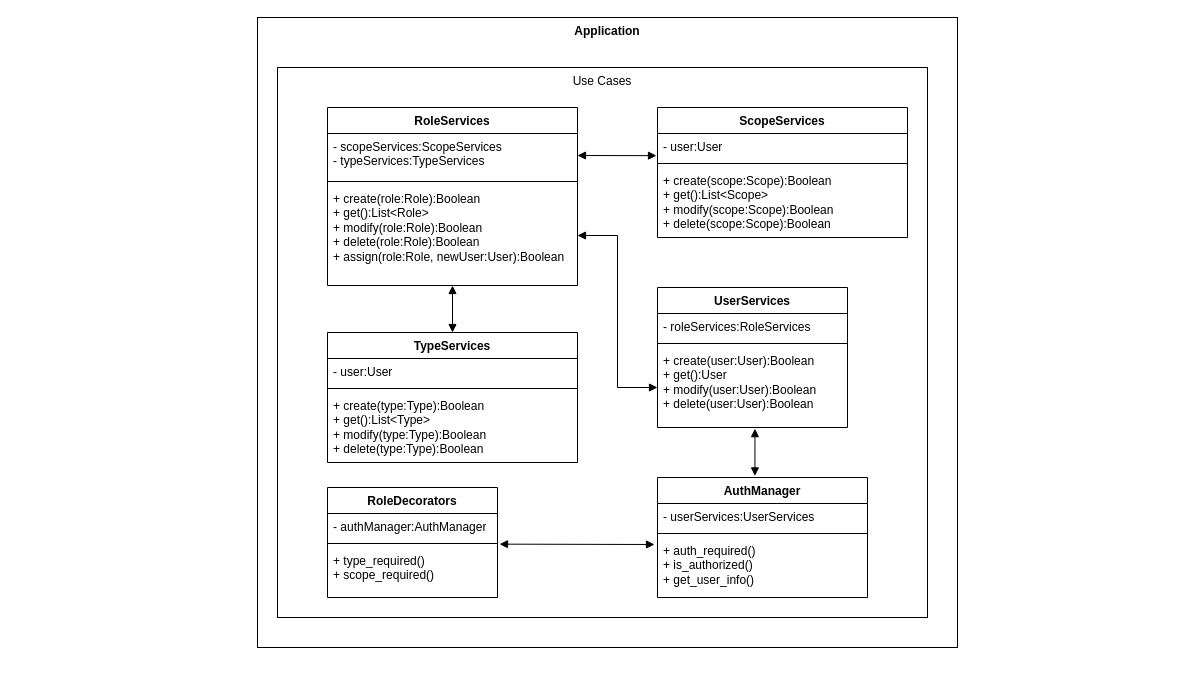
jdarguello/MELI-Challenge keeps this draw.io diagram as page "Micro - Aplicación" (3 of 14) of docs/static/Esquemas.drawio. Above is the earlier version. Source tidied: cells renumbered, new cells numbered last; positions are measured from the earlier drawing's top-left corner, leaving out a move shared by most shapes. Both pictures are drawn from the tidied source at 100%, with x=0, y=0 at pixel (257, 17).
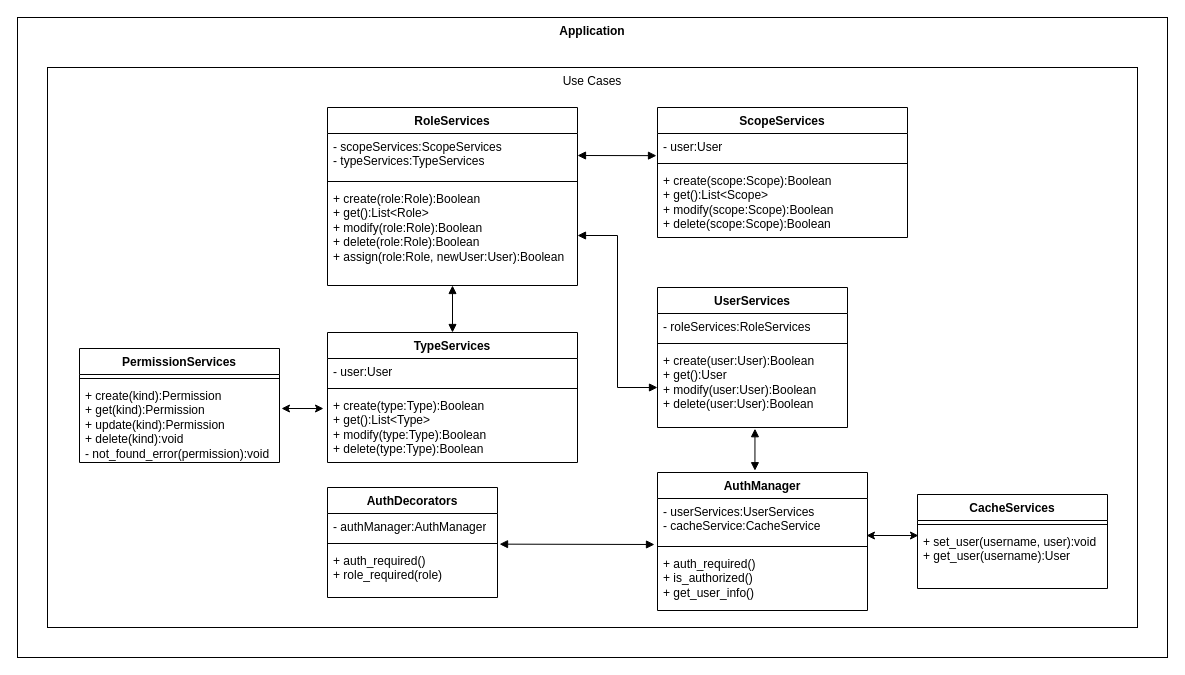
The same page after the edit.

Unchanged cells that the change refers to:
```xml
<mxCell id="19" value="+ create(type:Type):Boolean&lt;div&gt;+ get():List&amp;lt;Type&amp;gt;&lt;/div&gt;&lt;div&gt;+ modify(type:Type):Boolean&lt;/div&gt;&lt;div&gt;+ delete(type:Type):Boolean&lt;/div&gt;" style="text;strokeColor=none;fillColor=none;align=left;verticalAlign=top;spacingLeft=4;spacingRight=4;overflow=hidden;points=[[0,0.5],[1,0.5]];portConstraint=eastwest;whiteSpace=wrap;html=1;" parent="16" vertex="1">
  <mxGeometry y="60" width="250" height="70" as="geometry" />
</mxCell>
```

The edit, as a diff of the source:
```diff
@@
     <mxCell id="2" value="Application" style="rounded=0;whiteSpace=wrap;html=1;verticalAlign=top;fontStyle=1;" parent="1" vertex="1">
-      <mxGeometry width="700" height="630" as="geometry" />
+      <mxGeometry x="-240" width="1150" height="640" as="geometry" />
     </mxCell>
     <mxCell id="3" value="Use Cases" style="rounded=0;whiteSpace=wrap;html=1;verticalAlign=top;" parent="1" vertex="1">
-      <mxGeometry x="20" y="50" width="650" height="550" as="geometry" />
+      <mxGeometry x="-210" y="50" width="1090" height="560" as="geometry" />
     </mxCell>
     <mxCell id="4" value="AuthManager" style="swimlane;fontStyle=1;align=center;verticalAlign=top;horizontal=1;startSize=26;whiteSpace=wrap;html=1;" parent="1" vertex="1">
-      <mxGeometry x="400" y="460" width="210" height="120" as="geometry" />
+      <mxGeometry x="400" y="455" width="210" height="138" as="geometry" />
     </mxCell>
-    <mxCell id="5" value="- userServices:UserServices" style="text;strokeColor=none;fillColor=none;align=left;verticalAlign=top;spacingLeft=4;spacingRight=4;overflow=hidden;points=[[0,0.5],[1,0.5]];portConstraint=eastwest;whiteSpace=wrap;html=1;" parent="4" vertex="1">
-      <mxGeometry y="26" width="210" height="26" as="geometry" />
+    <mxCell id="5" value="- userServices:UserServices&lt;div&gt;- cacheService:CacheService&lt;/div&gt;" style="text;strokeColor=none;fillColor=none;align=left;verticalAlign=top;spacingLeft=4;spacingRight=4;overflow=hidden;points=[[0,0.5],[1,0.5]];portConstraint=eastwest;whiteSpace=wrap;html=1;" parent="4" vertex="1">
+      <mxGeometry y="26" width="210" height="44" as="geometry" />
     </mxCell>
     <mxCell id="6" style="line;strokeWidth=1;fillColor=none;align=left;verticalAlign=middle;spacingTop=-1;spacingLeft=3;spacingRight=3;labelPosition=right;strokeColor=inherit;" parent="4" vertex="1">
-      <mxGeometry y="52" width="210" height="8" as="geometry" />
+      <mxGeometry y="70" width="210" height="8" as="geometry" />
     </mxCell>
     <mxCell id="7" value="+ auth_required()&lt;div&gt;+ is_authorized()&lt;/div&gt;&lt;div&gt;+ get_user_info()&lt;/div&gt;" style="text;strokeColor=none;fillColor=none;align=left;verticalAlign=top;spacingLeft=4;spacingRight=4;overflow=hidden;whiteSpace=wrap;html=1;" parent="4" vertex="1">
-      <mxGeometry y="60" width="210" height="60" as="geometry" />
+      <mxGeometry y="78" width="210" height="60" as="geometry" />
     </mxCell>
@@
-    <mxCell id="28" value="RoleDecorators" style="swimlane;fontStyle=1;align=center;verticalAlign=top;horizontal=1;startSize=26;whiteSpace=wrap;html=1;" parent="1" vertex="1">
+    <mxCell id="28" value="AuthDecorators" style="swimlane;fontStyle=1;align=center;verticalAlign=top;horizontal=1;startSize=26;whiteSpace=wrap;html=1;" parent="1" vertex="1">
       <mxGeometry x="70" y="470" width="170" height="110" as="geometry" />
     </mxCell>
@@
-    <mxCell id="31" value="+ type_required()&lt;div&gt;+ scope_required()&lt;/div&gt;" style="text;strokeColor=none;fillColor=none;align=left;verticalAlign=top;spacingLeft=4;spacingRight=4;overflow=hidden;whiteSpace=wrap;html=1;" parent="28" vertex="1">
+    <mxCell id="31" value="+ auth_required()&lt;div&gt;+ role_required(role)&lt;/div&gt;" style="text;strokeColor=none;fillColor=none;align=left;verticalAlign=top;spacingLeft=4;spacingRight=4;overflow=hidden;whiteSpace=wrap;html=1;" parent="28" vertex="1">
       <mxGeometry y="60" width="170" height="50" as="geometry" />
     </mxCell>
@@
+    <mxCell id="33" value="PermissionServices" style="swimlane;fontStyle=1;align=center;verticalAlign=top;horizontal=1;startSize=26;whiteSpace=wrap;html=1;" parent="1" vertex="1">
+      <mxGeometry x="-178" y="331" width="200" height="114" as="geometry" />
+    </mxCell>
+    <mxCell id="34" style="line;strokeWidth=1;fillColor=none;align=left;verticalAlign=middle;spacingTop=-1;spacingLeft=3;spacingRight=3;labelPosition=right;strokeColor=inherit;" parent="33" vertex="1">
+      <mxGeometry y="26" width="200" height="8" as="geometry" />
+    </mxCell>
+    <mxCell id="35" value="+ create(kind):Permission&lt;div&gt;+ get(kind):Permission&lt;/div&gt;&lt;div&gt;+ update(kind):Permission&lt;/div&gt;&lt;div&gt;+ delete(kind):void&lt;/div&gt;&lt;div&gt;- not_found_error(permission):void&lt;/div&gt;" style="text;strokeColor=none;fillColor=none;align=left;verticalAlign=top;spacingLeft=4;spacingRight=4;overflow=hidden;points=[[0,0.5],[1,0.5]];portConstraint=eastwest;whiteSpace=wrap;html=1;" parent="33" vertex="1">
+      <mxGeometry y="34" width="200" height="80" as="geometry" />
+    </mxCell>
+    <mxCell id="36" style="endArrow=classic;startArrow=classic;html=1;rounded=0;exitX=1.01;exitY=0.325;exitDx=0;exitDy=0;exitPerimeter=0;entryX=-0.016;entryY=0.229;entryDx=0;entryDy=0;entryPerimeter=0;" parent="1" edge="1" source="35" target="19">
+      <mxGeometry relative="1" as="geometry" />
+    </mxCell>
+    <mxCell id="37" value="CacheServices" style="swimlane;fontStyle=1;align=center;verticalAlign=top;horizontal=1;startSize=26;whiteSpace=wrap;html=1;" parent="1" vertex="1">
+      <mxGeometry x="660" y="477" width="190" height="94" as="geometry" />
+    </mxCell>
+    <mxCell id="38" style="line;strokeWidth=1;fillColor=none;align=left;verticalAlign=middle;spacingTop=-1;spacingLeft=3;spacingRight=3;labelPosition=right;strokeColor=inherit;" parent="37" vertex="1">
+      <mxGeometry y="26" width="190" height="8" as="geometry" />
+    </mxCell>
+    <mxCell id="39" value="+ set_user(username, user):void&lt;div&gt;+ get_user(username):User&lt;/div&gt;" style="text;strokeColor=none;fillColor=none;align=left;verticalAlign=top;spacingLeft=4;spacingRight=4;overflow=hidden;points=[[0,0.5],[1,0.5]];portConstraint=eastwest;whiteSpace=wrap;html=1;" parent="37" vertex="1">
+      <mxGeometry y="34" width="190" height="60" as="geometry" />
+    </mxCell>
+    <mxCell id="40" style="endArrow=classic;startArrow=classic;html=1;rounded=0;entryX=0.005;entryY=0.117;entryDx=0;entryDy=0;entryPerimeter=0;exitX=0.995;exitY=0.841;exitDx=0;exitDy=0;exitPerimeter=0;" parent="1" edge="1" source="5" target="39">
+      <mxGeometry relative="1" as="geometry" />
+    </mxCell>
```
